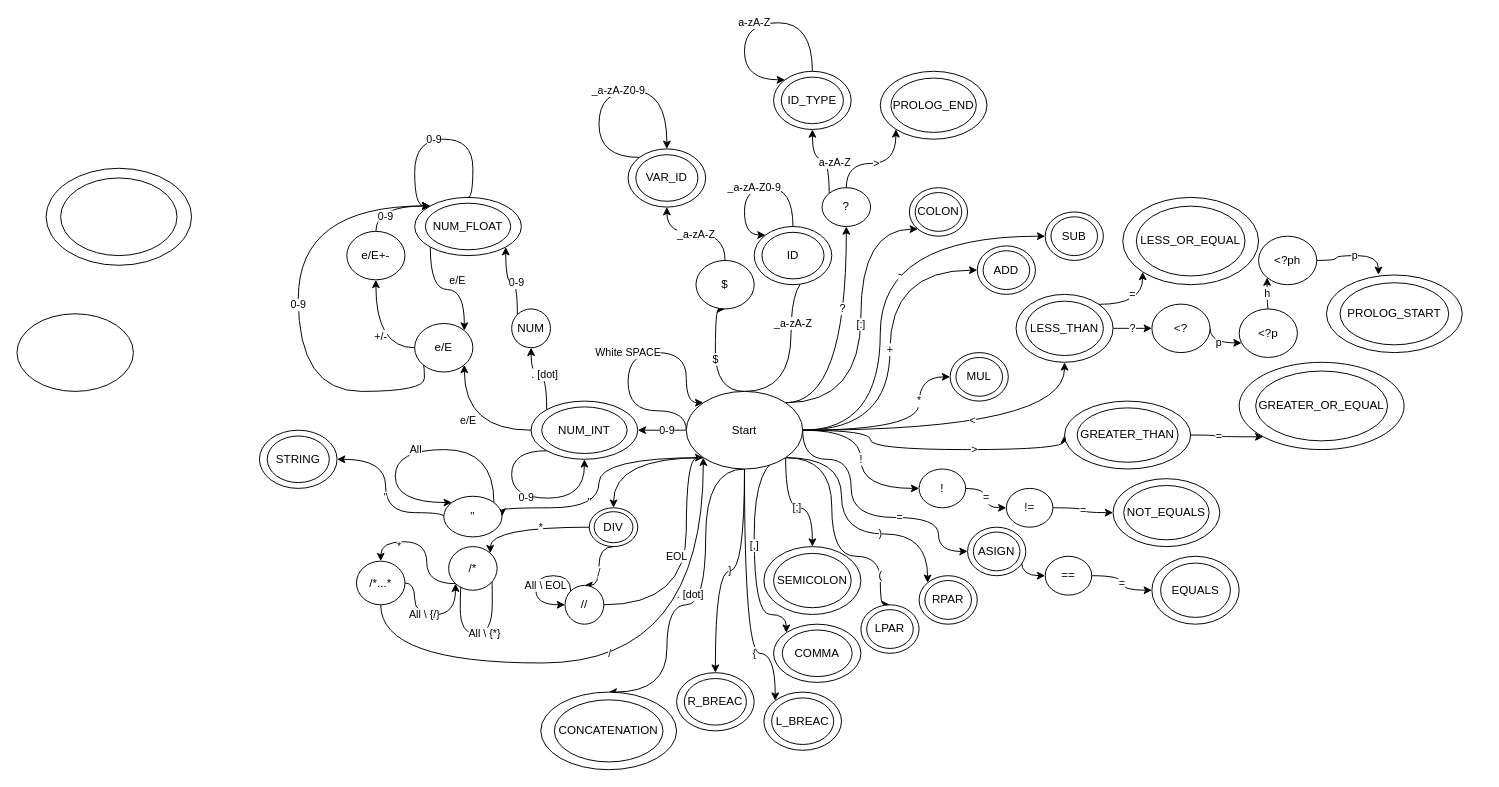
This is docs/IFJ-lex-analyza-automat.drawio from SamuelSlavik/ifj, a draw.io file, before an edit. Source tidied: cells renumbered, new cells numbered last; positions are measured from the earlier drawing's top-left corner, leaving out a move shared by most shapes. Both pictures are drawn from the tidied source at 97%, with x=0, y=0 at pixel (16, 22).
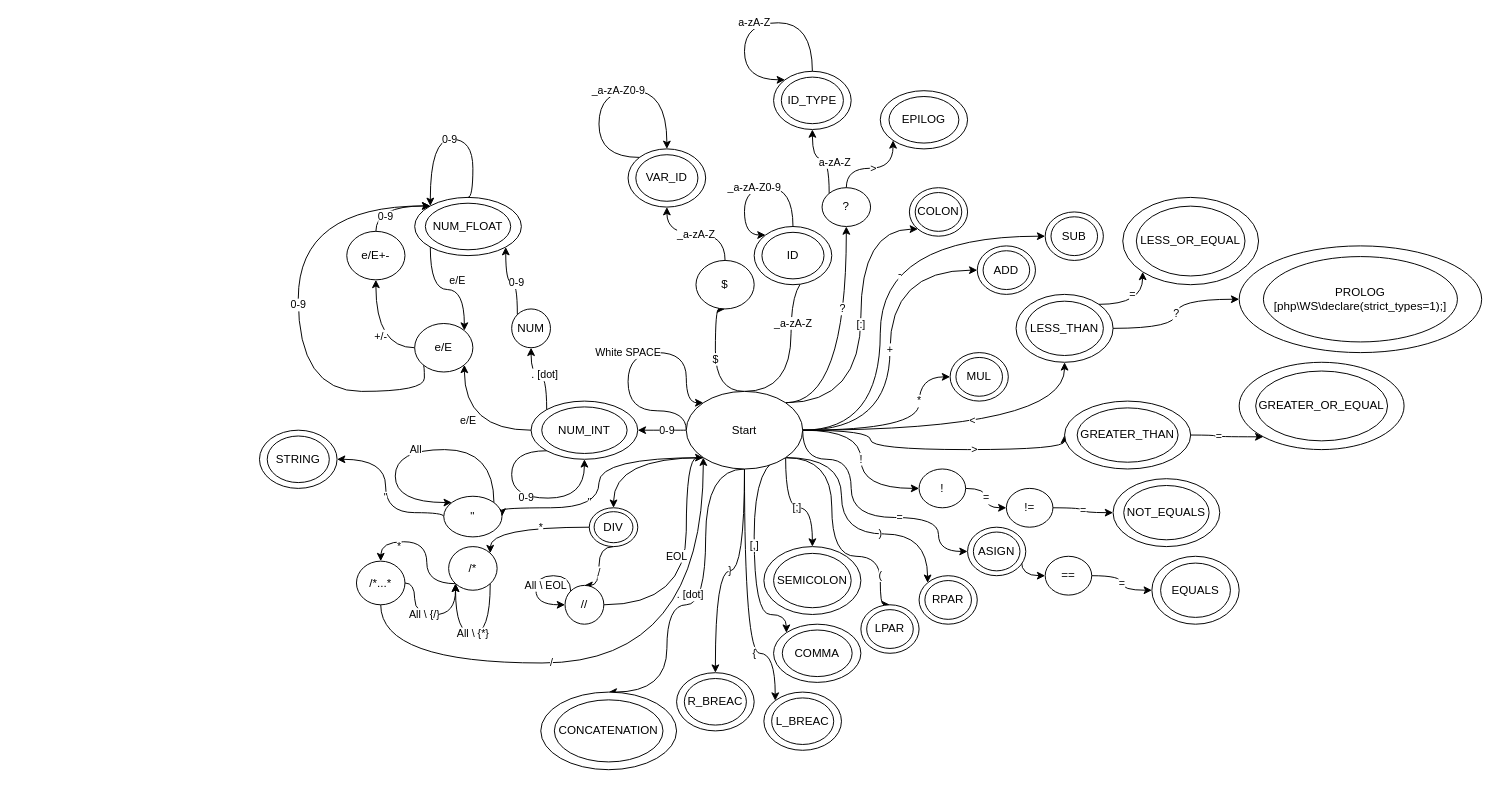
The same page after the edit.

Commit message (it also covers changes not shown here):
Automat picture actualized

Unchanged cells that the change refers to:
```xml
<mxCell id="28" value="Start" style="ellipse;whiteSpace=wrap;html=1;" parent="1" vertex="1">
  <mxGeometry x="690" y="380" width="120" height="80" as="geometry" />
</mxCell>
<mxCell id="68" style="ellipse;whiteSpace=wrap;html=1;" parent="67" vertex="1">
  <mxGeometry width="100" height="70" as="geometry" />
</mxCell>
<mxCell id="110" style="group;" parent="1" vertex="1">
  <mxGeometry x="410" y="180" width="110" height="60" as="geometry" />
</mxCell>
<mxCell id="111" style="ellipse;whiteSpace=wrap;html=1;" parent="110" vertex="1">
  <mxGeometry width="110" height="60" as="geometry" />
</mxCell>
<mxCell id="130" value="/*" style="ellipse;whiteSpace=wrap;html=1;" parent="1" vertex="1">
  <mxGeometry x="445" y="540" width="50" height="45" as="geometry" />
</mxCell>
<mxCell id="136" value="/*...*" style="ellipse;whiteSpace=wrap;html=1;" parent="1" vertex="1">
  <mxGeometry x="350" y="555" width="50" height="45" as="geometry" />
</mxCell>
```

What changed in the source:
```diff
@@
-    <mxCell id="2" style="group;" parent="1" vertex="1">
-      <mxGeometry x="30" y="150" width="150" height="100" as="geometry" />
-    </mxCell>
-    <mxCell id="3" style="ellipse;whiteSpace=wrap;html=1;" parent="2" vertex="1">
-      <mxGeometry width="150" height="100" as="geometry" />
-    </mxCell>
-    <mxCell id="4" style="ellipse;whiteSpace=wrap;html=1;" parent="2" vertex="1">
-      <mxGeometry x="15" y="10" width="120" height="80" as="geometry" />
-    </mxCell>
@@
-    <mxCell id="33" style="ellipse;whiteSpace=wrap;html=1;" parent="1" vertex="1">
-      <mxGeometry y="300" width="120" height="80" as="geometry" />
-    </mxCell>
@@
     <mxCell id="84" style="group;" parent="1" vertex="1">
-      <mxGeometry x="1350" y="260" width="140" height="80" as="geometry" />
+      <mxGeometry x="1260" y="230" width="250" height="110" as="geometry" />
     </mxCell>
     <mxCell id="85" style="ellipse;whiteSpace=wrap;html=1;" parent="84" vertex="1">
-      <mxGeometry width="140" height="80" as="geometry" />
+      <mxGeometry width="250" height="110" as="geometry" />
     </mxCell>
-    <mxCell id="86" value="PROLOG_START" style="ellipse;whiteSpace=wrap;html=1;" parent="84" vertex="1">
-      <mxGeometry x="14" y="8" width="112" height="64" as="geometry" />
+    <mxCell id="86" value="PROLOG&lt;br&gt;[php\WS\declare(strict_types=1);]" style="ellipse;whiteSpace=wrap;html=1;" parent="84" vertex="1">
+      <mxGeometry x="25" y="11" width="200" height="88" as="geometry" />
     </mxCell>
-    <mxCell id="87" value="?" style="edgeStyle=orthogonalEdgeStyle;curved=1;rounded=0;jettySize=auto;html=1;exitX=1;exitY=0.5;exitDx=0;exitDy=0;entryX=0;entryY=0.5;entryDx=0;entryDy=0;" parent="1" edge="1" source="68" target="158">
+    <mxCell id="87" value="?" style="edgeStyle=orthogonalEdgeStyle;curved=1;rounded=0;jettySize=auto;html=1;exitX=1;exitY=0.5;exitDx=0;exitDy=0;entryX=0;entryY=0.5;entryDx=0;entryDy=0;" parent="1" edge="1" source="68" target="85">
       <mxGeometry relative="1" as="geometry" />
     </mxCell>
@@
     <mxCell id="90" style="group;" parent="1" vertex="1">
-      <mxGeometry x="890" y="50" width="110" height="70" as="geometry" />
+      <mxGeometry x="890" y="70" width="90" height="60" as="geometry" />
     </mxCell>
     <mxCell id="91" style="ellipse;whiteSpace=wrap;html=1;" parent="90" vertex="1">
-      <mxGeometry width="110" height="70" as="geometry" />
+      <mxGeometry width="90" height="60" as="geometry" />
     </mxCell>
-    <mxCell id="92" value="PROLOG_END" style="ellipse;whiteSpace=wrap;html=1;" parent="90" vertex="1">
-      <mxGeometry x="11" y="7" width="88" height="56" as="geometry" />
+    <mxCell id="92" value="EPILOG" style="ellipse;whiteSpace=wrap;html=1;" parent="90" vertex="1">
+      <mxGeometry x="9" y="6" width="72" height="48" as="geometry" />
     </mxCell>
@@
     <mxCell id="113" value="0-9" style="edgeStyle=orthogonalEdgeStyle;curved=1;rounded=0;orthogonalLoop=1;jettySize=auto;html=1;exitX=0.5;exitY=0;exitDx=0;exitDy=0;entryX=0;entryY=0;entryDx=0;entryDy=0;" parent="110" edge="1" source="111" target="111">
       <mxGeometry relative="1" as="geometry">
         <Array as="points">
           <mxPoint x="60" />
           <mxPoint x="60" y="-60" />
-          <mxPoint y="-60" />
-          <mxPoint y="9" />
+          <mxPoint x="16" y="-60" />
         </Array>
       </mxGeometry>
     </mxCell>
@@
     <mxCell id="128" value="All \ {*}" style="edgeStyle=orthogonalEdgeStyle;curved=1;rounded=0;orthogonalLoop=1;jettySize=auto;html=1;exitX=1;exitY=1;exitDx=0;exitDy=0;entryX=0;entryY=1;entryDx=0;entryDy=0;" parent="1" edge="1" source="130" target="130">
       <mxGeometry relative="1" as="geometry">
         <Array as="points">
-          <mxPoint x="490" y="568" />
-          <mxPoint x="490" y="630" />
-          <mxPoint x="457" y="630" />
+          <mxPoint x="488" y="630" />
+          <mxPoint x="452" y="630" />
         </Array>
       </mxGeometry>
     </mxCell>
@@
     <mxCell id="135" value="/" style="edgeStyle=orthogonalEdgeStyle;curved=1;rounded=0;jettySize=auto;html=1;exitX=0.5;exitY=1;exitDx=0;exitDy=0;entryX=0;entryY=1;entryDx=0;entryDy=0;" parent="1" edge="1" source="136" target="28">
-      <mxGeometry x="-0.02" y="10" relative="1" as="geometry">
+      <mxGeometry x="-0.22" relative="1" as="geometry">
         <Array as="points">
           <mxPoint x="375" y="660" />
           <mxPoint x="708" y="660" />
         </Array>
       </mxGeometry>
     </mxCell>
@@
-    <mxCell id="157" value="p" style="edgeStyle=orthogonalEdgeStyle;rounded=0;jettySize=auto;html=1;exitX=1;exitY=0.5;exitDx=0;exitDy=0;curved=1;" parent="1" edge="1" source="158" target="162">
-      <mxGeometry relative="1" as="geometry">
-        <Array as="points">
-          <mxPoint x="1230" y="330" />
-        </Array>
-      </mxGeometry>
-    </mxCell>
-    <mxCell id="158" value="&amp;lt;?" style="ellipse;whiteSpace=wrap;html=1;" parent="1" vertex="1">
-      <mxGeometry x="1170" y="290" width="60" height="50" as="geometry" />
-    </mxCell>
-    <mxCell id="159" value="p" style="edgeStyle=orthogonalEdgeStyle;curved=1;rounded=0;jettySize=auto;html=1;exitX=1;exitY=0.5;exitDx=0;exitDy=0;entryX=0.383;entryY=-0.002;entryDx=0;entryDy=0;entryPerimeter=0;" parent="1" edge="1" source="160" target="85">
-      <mxGeometry relative="1" as="geometry" />
-    </mxCell>
-    <mxCell id="160" value="&amp;lt;?ph" style="ellipse;whiteSpace=wrap;html=1;" parent="1" vertex="1">
-      <mxGeometry x="1280" y="220" width="60" height="50" as="geometry" />
-    </mxCell>
-    <mxCell id="161" value="h" style="edgeStyle=orthogonalEdgeStyle;curved=1;rounded=0;jettySize=auto;html=1;exitX=0.5;exitY=0;exitDx=0;exitDy=0;entryX=0;entryY=1;entryDx=0;entryDy=0;" parent="1" edge="1" source="162" target="160">
-      <mxGeometry relative="1" as="geometry" />
-    </mxCell>
-    <mxCell id="162" value="&amp;lt;?p" style="ellipse;whiteSpace=wrap;html=1;" parent="1" vertex="1">
-      <mxGeometry x="1260" y="295" width="60" height="50" as="geometry" />
-    </mxCell>
```
